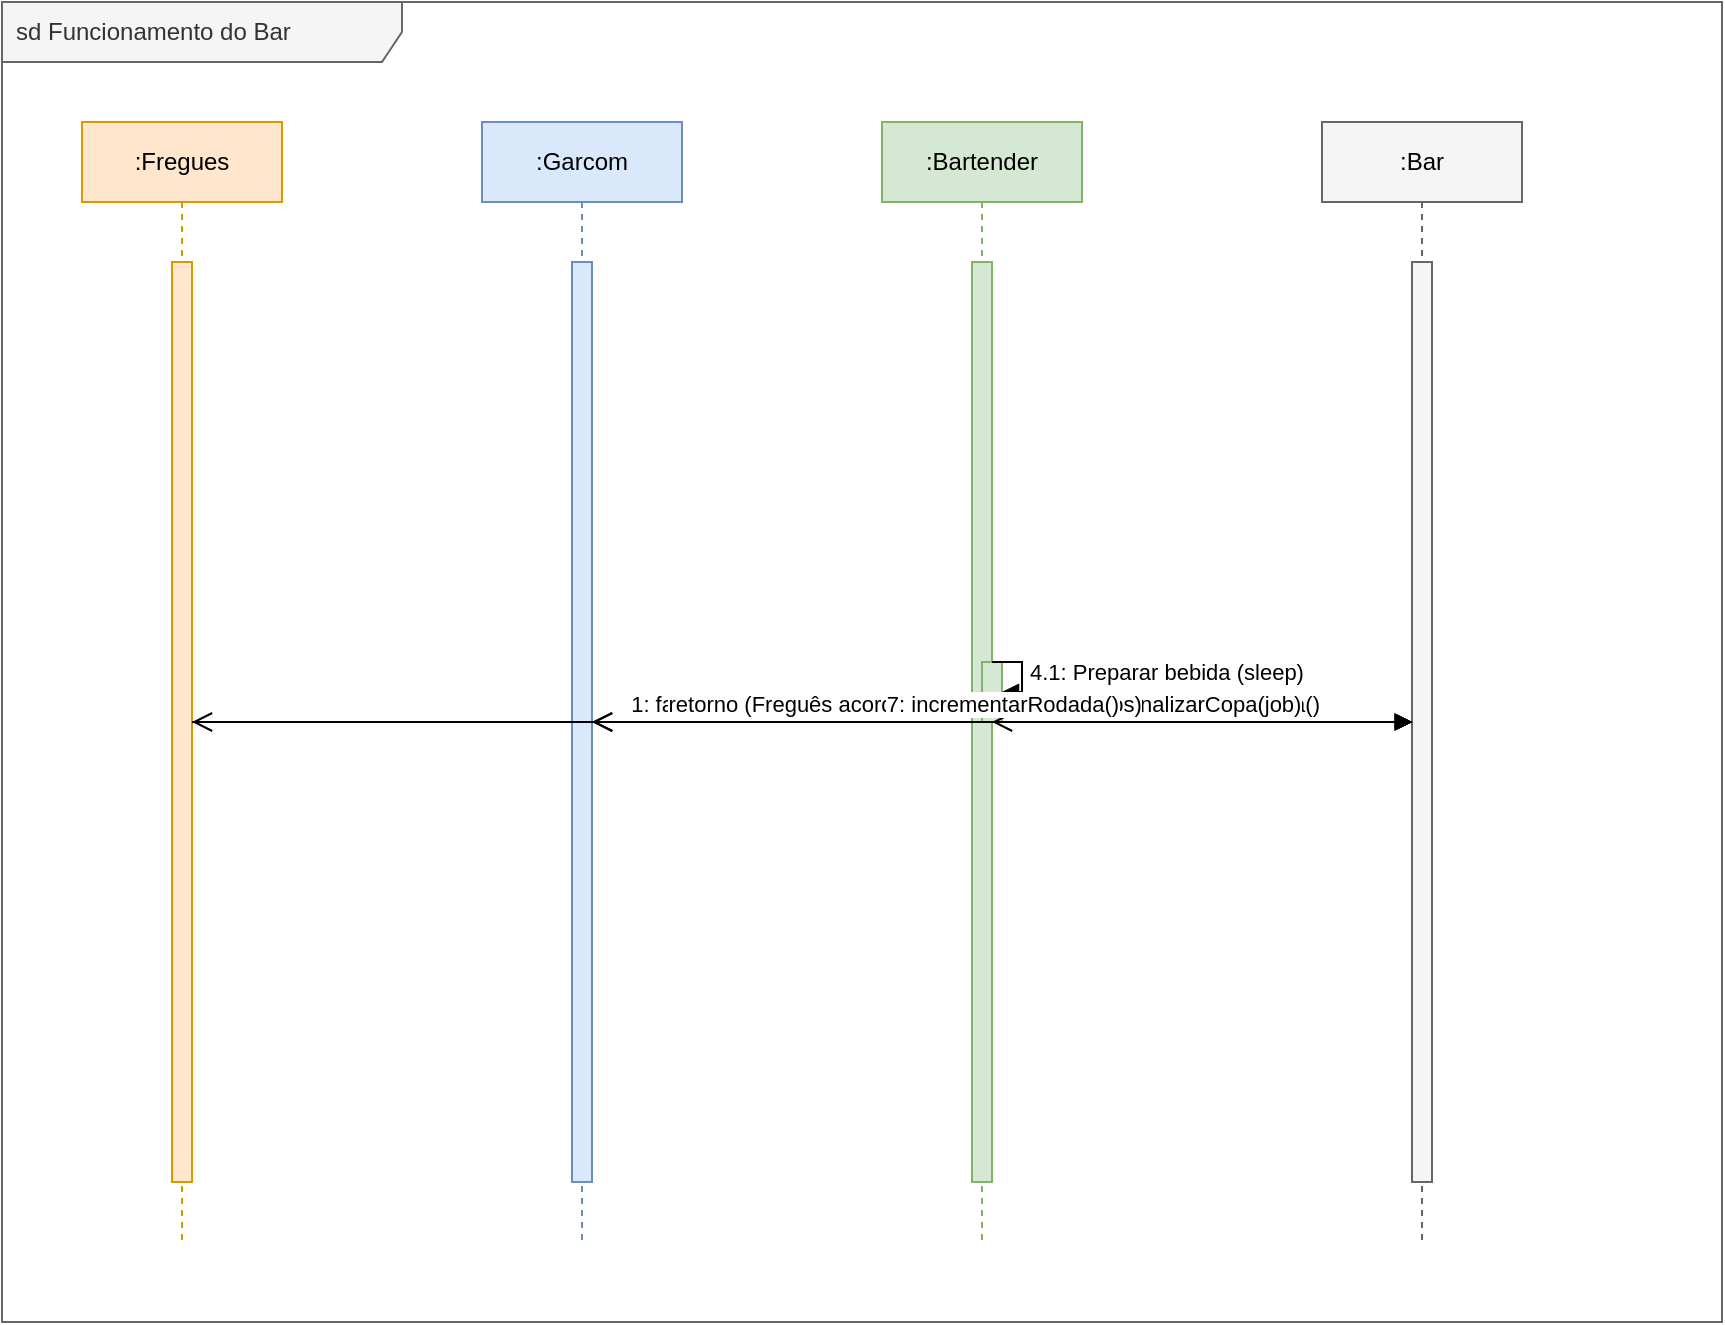
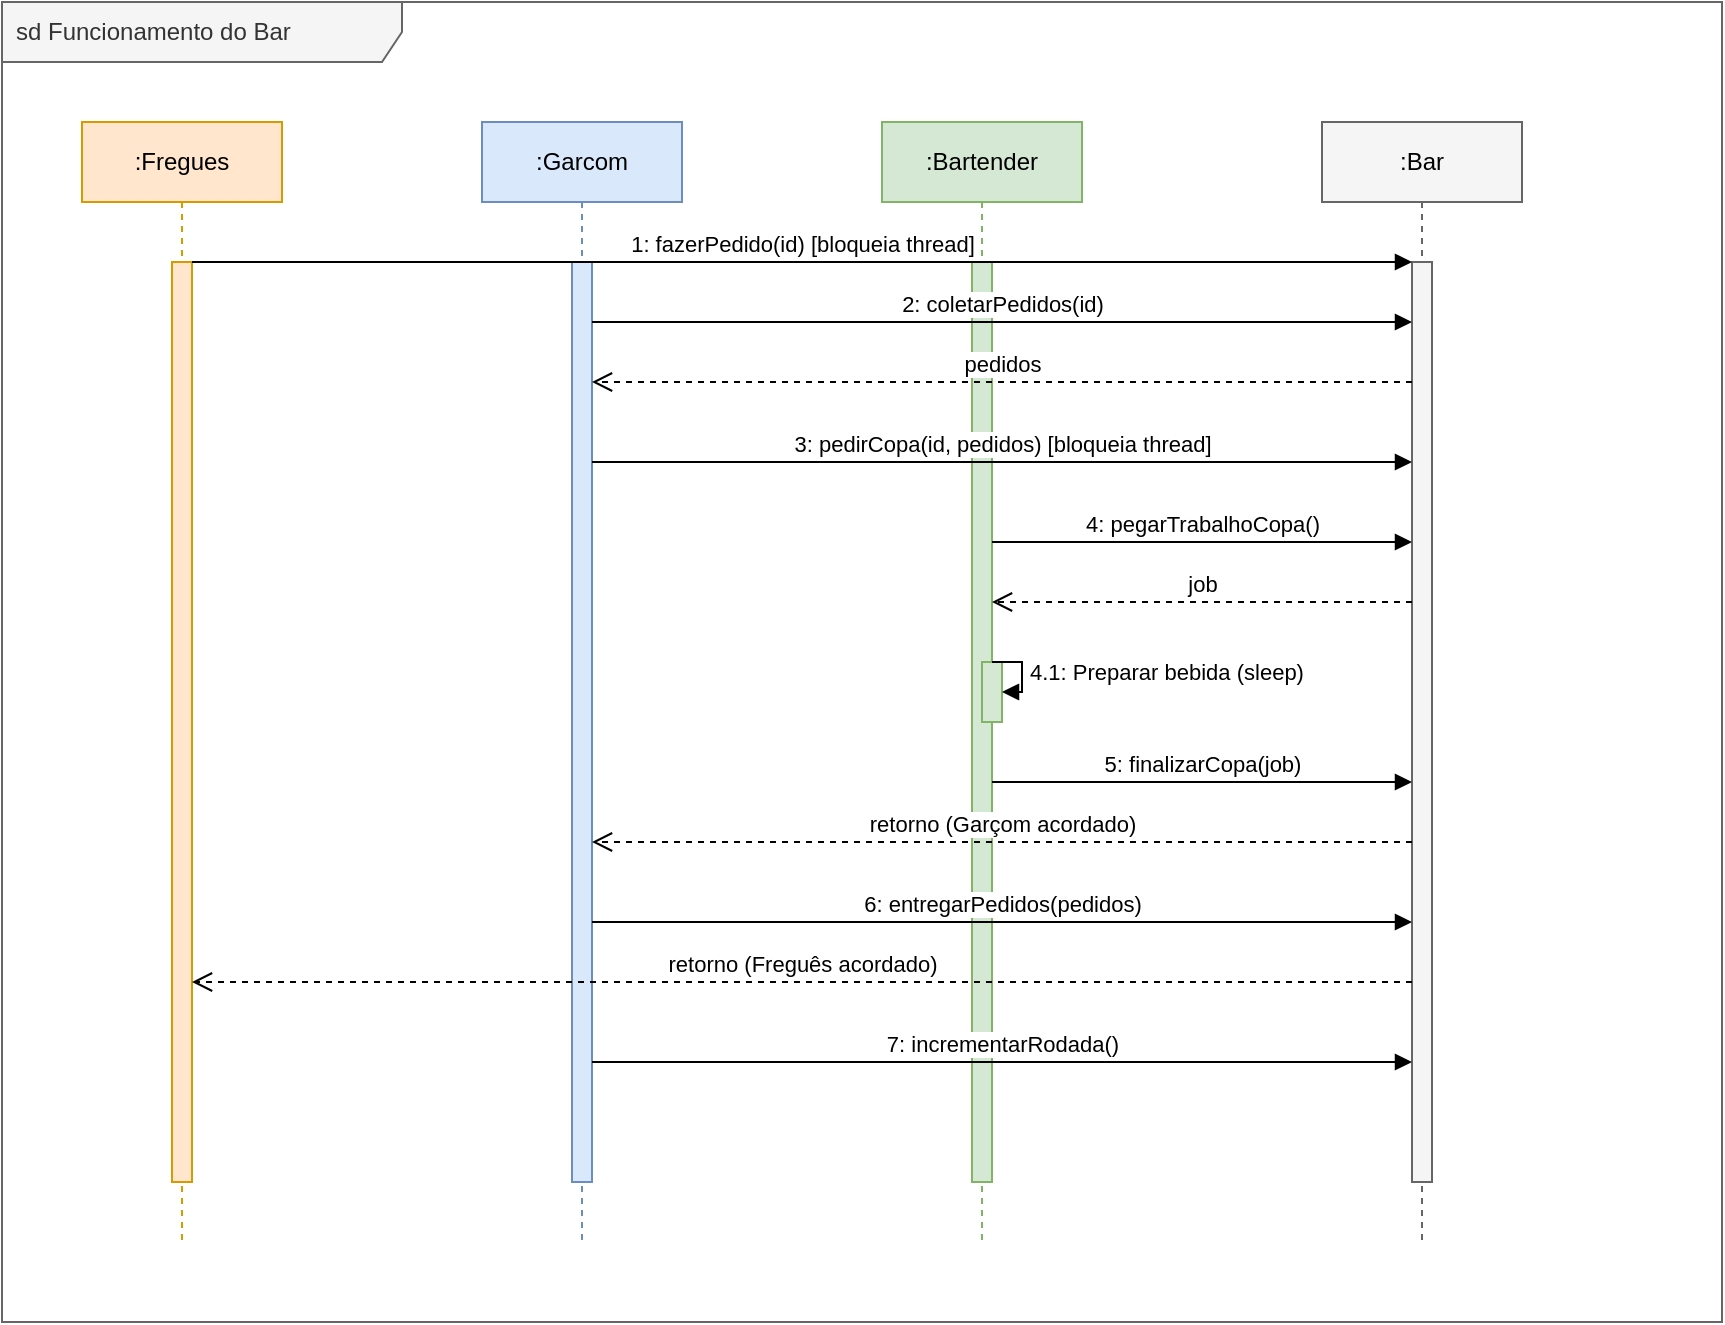
<mxfile host="app.diagrams.net" pages="1">
  <diagram id="bar_sequence" name="Sequence Diagram">
    <mxGraphModel dx="1200" dy="1000" grid="1" gridSize="10" guides="1" tooltips="1" connect="1" arrows="1" fold="1" page="1" pageScale="1" pageWidth="1169" pageHeight="1100" math="0" shadow="0">
      <root>
        <mxCell id="0" />
        <mxCell id="1" parent="0" />

        <!-- Frame container -->
        <mxCell id="frame_container" value="sd Funcionamento do Bar" style="shape=umlFrame;whiteSpace=wrap;html=1;width=200;height=30;boundedLbl=1;verticalAlign=middle;align=left;spacingLeft=5;fillColor=#f5f5f5;fontColor=#333333;strokeColor=#666666;" parent="1" vertex="1">
          <mxGeometry x="20" y="20" width="860" height="660" as="geometry" />
        </mxCell>

        <!-- Lifelines -->

        <!-- Lifeline 1: Fregues -->
        <mxCell id="lifeline_fregues" value=":Fregues" style="shape=umlLifeline;perimeter=lifelinePerimeter;whiteSpace=wrap;html=1;container=1;collapsible=0;recursiveResize=0;outlineConnect=0;fillColor=#ffe6cc;strokeColor=#d79b00;" parent="1" vertex="1">
          <mxGeometry x="60" y="80" width="100" height="560" as="geometry" />
        </mxCell>
        <mxCell id="act_fregues" value="" style="html=1;points=[];perimeter=orthogonalPerimeter;fillColor=#ffe6cc;strokeColor=#d79b00;" parent="lifeline_fregues" vertex="1">
          <mxGeometry x="45" y="70" width="10" height="460" as="geometry" />
        </mxCell>

        <!-- Lifeline 2: Garcom -->
        <mxCell id="lifeline_garcom" value=":Garcom" style="shape=umlLifeline;perimeter=lifelinePerimeter;whiteSpace=wrap;html=1;container=1;collapsible=0;recursiveResize=0;outlineConnect=0;fillColor=#dae8fc;strokeColor=#6c8ebf;" parent="1" vertex="1">
          <mxGeometry x="260" y="80" width="100" height="560" as="geometry" />
        </mxCell>
        <mxCell id="act_garcom" value="" style="html=1;points=[];perimeter=orthogonalPerimeter;fillColor=#dae8fc;strokeColor=#6c8ebf;" parent="lifeline_garcom" vertex="1">
          <mxGeometry x="45" y="70" width="10" height="460" as="geometry" />
        </mxCell>

        <!-- Lifeline 3: Bartender -->
        <mxCell id="lifeline_bartender" value=":Bartender" style="shape=umlLifeline;perimeter=lifelinePerimeter;whiteSpace=wrap;html=1;container=1;collapsible=0;recursiveResize=0;outlineConnect=0;fillColor=#d5e8d4;strokeColor=#82b366;" parent="1" vertex="1">
          <mxGeometry x="460" y="80" width="100" height="560" as="geometry" />
        </mxCell>
        <mxCell id="act_bartender" value="" style="html=1;points=[];perimeter=orthogonalPerimeter;fillColor=#d5e8d4;strokeColor=#82b366;" parent="lifeline_bartender" vertex="1">
          <mxGeometry x="45" y="70" width="10" height="460" as="geometry" />
        </mxCell>
        <mxCell id="act_prep" value="" style="html=1;points=[];perimeter=orthogonalPerimeter;fillColor=#d5e8d4;strokeColor=#82b366;" parent="lifeline_bartender" vertex="1">
          <mxGeometry x="50" y="270" width="10" height="30" as="geometry" />
        </mxCell>

        <!-- Lifeline 4: Bar (Monitor) -->
        <mxCell id="lifeline_bar" value=":Bar" style="shape=umlLifeline;perimeter=lifelinePerimeter;whiteSpace=wrap;html=1;container=1;collapsible=0;recursiveResize=0;outlineConnect=0;fillColor=#f5f5f5;strokeColor=#666666;" parent="1" vertex="1">
          <mxGeometry x="680" y="80" width="100" height="560" as="geometry" />
        </mxCell>
        <mxCell id="act_bar" value="" style="html=1;points=[];perimeter=orthogonalPerimeter;fillColor=#f5f5f5;strokeColor=#666666;" parent="lifeline_bar" vertex="1">
          <mxGeometry x="45" y="70" width="10" height="460" as="geometry" />
        </mxCell>

        <!-- Messages -->

        <!-- 1: Fregues fazerPedido() -->
-         <mxCell id="msg_f_ped" value="1: fazerPedido(id) [bloqueia thread]" style="html=1;verticalAlign=bottom;endArrow=block;rounded=0;" edge="1" parent="1" source="act_fregues" target="act_bar">
+         <mxCell id="msg_f_ped" value="1: fazerPedido(id) [bloqueia thread]" style="html=1;verticalAlign=bottom;endArrow=block;rounded=0;" edge="1" parent="1">
          <mxGeometry relative="1" as="geometry">
            <mxPoint x="115" y="150" as="sourcePoint" />
            <mxPoint x="725" y="150" as="targetPoint" />
          </mxGeometry>
        </mxCell>

        <!-- 2: Garcom coletarPedidos() -->
-         <mxCell id="msg_g_col" value="2: coletarPedidos(id)" style="html=1;verticalAlign=bottom;endArrow=block;rounded=0;" edge="1" parent="1" source="act_garcom" target="act_bar">
+         <mxCell id="msg_g_col" value="2: coletarPedidos(id)" style="html=1;verticalAlign=bottom;endArrow=block;rounded=0;" edge="1" parent="1">
          <mxGeometry relative="1" as="geometry">
            <mxPoint x="315" y="180" as="sourcePoint" />
            <mxPoint x="725" y="180" as="targetPoint" />
          </mxGeometry>
        </mxCell>
-         <mxCell id="msg_g_col_ret" value="pedidos" style="html=1;verticalAlign=bottom;endArrow=open;dashed=1;endSize=8;rounded=0;" edge="1" parent="1" source="act_bar" target="act_garcom">
+         <mxCell id="msg_g_col_ret" value="pedidos" style="html=1;verticalAlign=bottom;endArrow=open;dashed=1;endSize=8;rounded=0;" edge="1" parent="1">
          <mxGeometry relative="1" as="geometry">
            <mxPoint x="725" y="210" as="sourcePoint" />
            <mxPoint x="315" y="210" as="targetPoint" />
          </mxGeometry>
        </mxCell>

        <!-- 3: Garcom pedirCopa() -->
-         <mxCell id="msg_g_cop" value="3: pedirCopa(id, pedidos) [bloqueia thread]" style="html=1;verticalAlign=bottom;endArrow=block;rounded=0;" edge="1" parent="1" source="act_garcom" target="act_bar">
+         <mxCell id="msg_g_cop" value="3: pedirCopa(id, pedidos) [bloqueia thread]" style="html=1;verticalAlign=bottom;endArrow=block;rounded=0;" edge="1" parent="1">
          <mxGeometry relative="1" as="geometry">
            <mxPoint x="315" y="250" as="sourcePoint" />
            <mxPoint x="725" y="250" as="targetPoint" />
          </mxGeometry>
        </mxCell>

        <!-- 4: Bartender pegarTrabalhoCopa() -->
-         <mxCell id="msg_b_peg" value="4: pegarTrabalhoCopa()" style="html=1;verticalAlign=bottom;endArrow=block;rounded=0;" edge="1" parent="1" source="act_bartender" target="act_bar">
+         <mxCell id="msg_b_peg" value="4: pegarTrabalhoCopa()" style="html=1;verticalAlign=bottom;endArrow=block;rounded=0;" edge="1" parent="1">
          <mxGeometry relative="1" as="geometry">
            <mxPoint x="515" y="290" as="sourcePoint" />
            <mxPoint x="725" y="290" as="targetPoint" />
          </mxGeometry>
        </mxCell>
-         <mxCell id="msg_b_peg_ret" value="job" style="html=1;verticalAlign=bottom;endArrow=open;dashed=1;endSize=8;rounded=0;" edge="1" parent="1" source="act_bar" target="act_bartender">
+         <mxCell id="msg_b_peg_ret" value="job" style="html=1;verticalAlign=bottom;endArrow=open;dashed=1;endSize=8;rounded=0;" edge="1" parent="1">
          <mxGeometry relative="1" as="geometry">
            <mxPoint x="725" y="320" as="sourcePoint" />
            <mxPoint x="515" y="320" as="targetPoint" />
          </mxGeometry>
        </mxCell>

        <!-- 4.1: Bartender prepararBebida -->
        <mxCell id="msg_b_prep" value="4.1: Preparar bebida (sleep)" style="edgeStyle=orthogonalEdgeStyle;html=1;align=left;spacingLeft=2;endArrow=block;rounded=0;" edge="1" parent="1" source="act_bartender" target="act_prep">
          <mxGeometry relative="1" as="geometry">
            <Array as="points">
              <mxPoint x="530" y="350" />
              <mxPoint x="530" y="365" />
            </Array>
          </mxGeometry>
        </mxCell>

        <!-- 5: Bartender finalizarCopa() -->
-         <mxCell id="msg_b_fin" value="5: finalizarCopa(job)" style="html=1;verticalAlign=bottom;endArrow=block;rounded=0;" edge="1" parent="1" source="act_bartender" target="act_bar">
+         <mxCell id="msg_b_fin" value="5: finalizarCopa(job)" style="html=1;verticalAlign=bottom;endArrow=block;rounded=0;" edge="1" parent="1">
          <mxGeometry relative="1" as="geometry">
            <mxPoint x="515" y="410" as="sourcePoint" />
            <mxPoint x="725" y="410" as="targetPoint" />
          </mxGeometry>
        </mxCell>
-         <mxCell id="msg_g_cop_ret" value="retorno (Garçom acordado)" style="html=1;verticalAlign=bottom;endArrow=open;dashed=1;endSize=8;rounded=0;" edge="1" parent="1" source="act_bar" target="act_garcom">
+         <mxCell id="msg_g_cop_ret" value="retorno (Garçom acordado)" style="html=1;verticalAlign=bottom;endArrow=open;dashed=1;endSize=8;rounded=0;" edge="1" parent="1">
          <mxGeometry relative="1" as="geometry">
            <mxPoint x="725" y="440" as="sourcePoint" />
            <mxPoint x="315" y="440" as="targetPoint" />
          </mxGeometry>
        </mxCell>

        <!-- 6: Garcom entregarPedidos() -->
-         <mxCell id="msg_g_ent" value="6: entregarPedidos(pedidos)" style="html=1;verticalAlign=bottom;endArrow=block;rounded=0;" edge="1" parent="1" source="act_garcom" target="act_bar">
+         <mxCell id="msg_g_ent" value="6: entregarPedidos(pedidos)" style="html=1;verticalAlign=bottom;endArrow=block;rounded=0;" edge="1" parent="1">
          <mxGeometry relative="1" as="geometry">
            <mxPoint x="315" y="480" as="sourcePoint" />
            <mxPoint x="725" y="480" as="targetPoint" />
          </mxGeometry>
        </mxCell>
-         <mxCell id="msg_f_ped_ret" value="retorno (Freguês acordado)" style="html=1;verticalAlign=bottom;endArrow=open;dashed=1;endSize=8;rounded=0;" edge="1" parent="1" source="act_bar" target="act_fregues">
+         <mxCell id="msg_f_ped_ret" value="retorno (Freguês acordado)" style="html=1;verticalAlign=bottom;endArrow=open;dashed=1;endSize=8;rounded=0;" edge="1" parent="1">
          <mxGeometry relative="1" as="geometry">
            <mxPoint x="725" y="510" as="sourcePoint" />
            <mxPoint x="115" y="510" as="targetPoint" />
          </mxGeometry>
        </mxCell>

        <!-- 7: Garcom incrementarRodada() -->
-         <mxCell id="msg_g_inc" value="7: incrementarRodada()" style="html=1;verticalAlign=bottom;endArrow=block;rounded=0;" edge="1" parent="1" source="act_garcom" target="act_bar">
+         <mxCell id="msg_g_inc" value="7: incrementarRodada()" style="html=1;verticalAlign=bottom;endArrow=block;rounded=0;" edge="1" parent="1">
          <mxGeometry relative="1" as="geometry">
            <mxPoint x="315" y="550" as="sourcePoint" />
            <mxPoint x="725" y="550" as="targetPoint" />
          </mxGeometry>
        </mxCell>

      </root>
    </mxGraphModel>
  </diagram>
</mxfile>